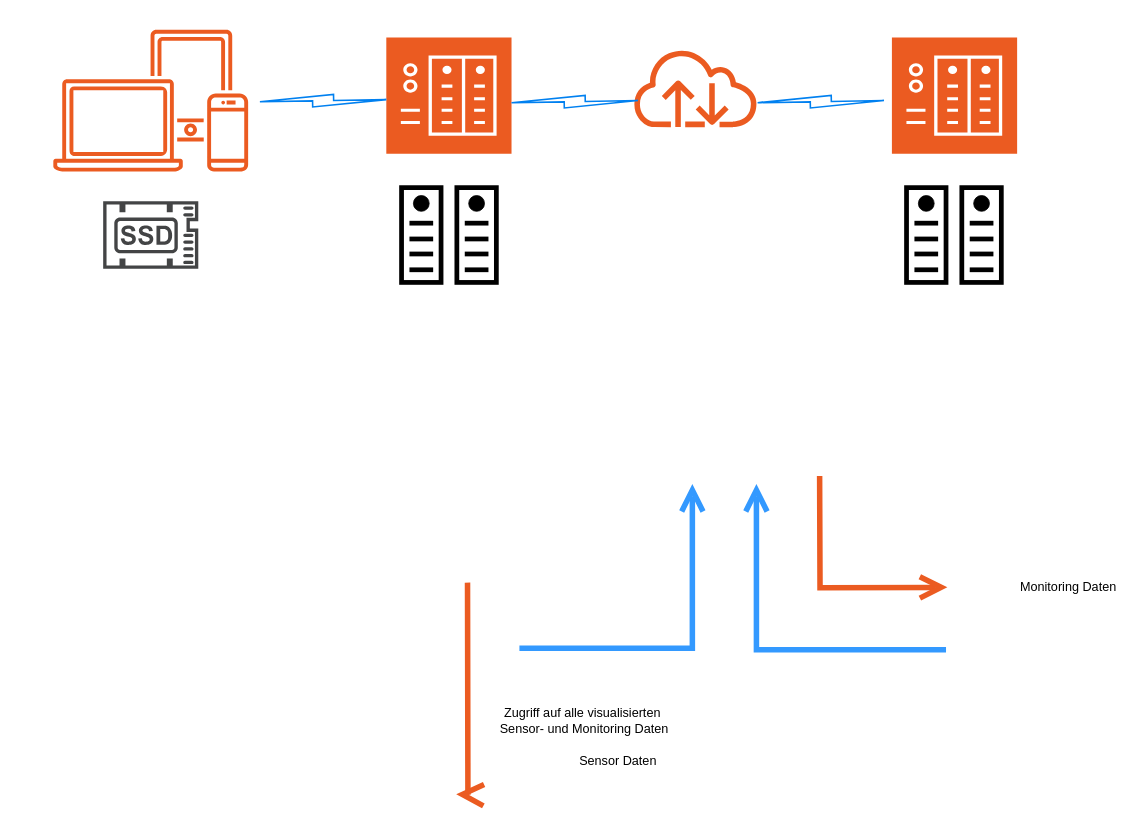
The draw.io diagram SmarterTec Data Management.drawio in noelchiocchetti/SmarterTec, before the edit. Source tidied: cells renumbered, new cells numbered last; positions are measured from the earlier drawing's top-left corner, leaving out a move shared by most shapes. Both pictures are drawn from the tidied source at 79%, with x=0, y=0 at pixel (53, 29).
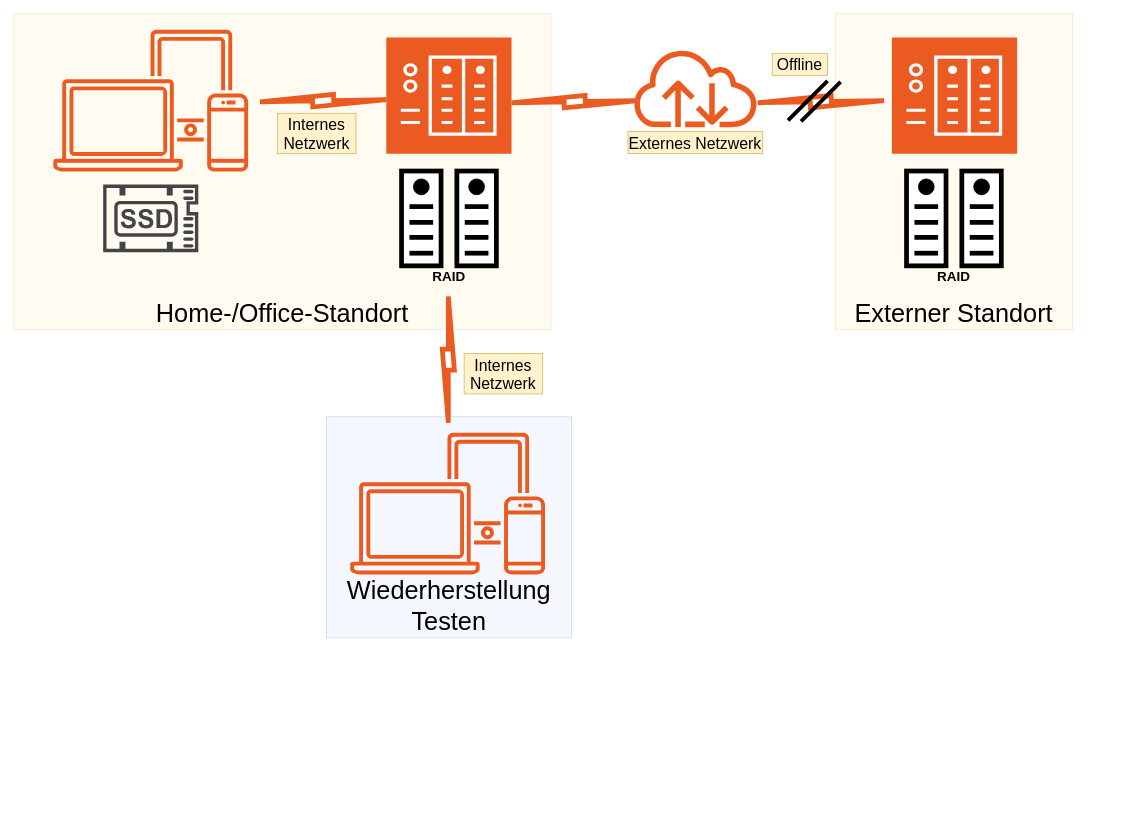
The same diagram, later.

What changed in the source:
```diff
@@
+    <mxCell id="47" value="Wiederherstellung Testen" style="rounded=0;whiteSpace=wrap;html=1;fillColor=#dae8fc;strokeColor=#6c8ebf;fillStyle=auto;opacity=30;verticalAlign=bottom;fontSize=32;" parent="1" vertex="1">
+      <mxGeometry x="345.8" y="490" width="310" height="280" as="geometry" />
+    </mxCell>
+    <mxCell id="48" value="Externer Standort" style="rounded=0;whiteSpace=wrap;html=1;fillColor=#fff2cc;strokeColor=#d6b656;gradientColor=none;fillStyle=auto;opacity=30;verticalAlign=bottom;fontSize=32;" parent="1" vertex="1">
+      <mxGeometry x="990" y="-20" width="300" height="400" as="geometry" />
+    </mxCell>
+    <mxCell id="49" value="Home-/Office-Standort" style="rounded=0;whiteSpace=wrap;html=1;fillColor=#fff2cc;strokeColor=#d6b656;gradientColor=none;fillStyle=auto;opacity=30;verticalAlign=bottom;fontSize=32;" parent="1" vertex="1">
+      <mxGeometry x="-50" y="-20" width="680" height="400" as="geometry" />
+    </mxCell>
@@
-    <mxCell id="3" style="edgeStyle=orthogonalEdgeStyle;html=1;endArrow=none;elbow=vertical;startArrow=open;endFill=0;strokeColor=#EB5B21;rounded=0;strokeWidth=7;endSize=20;startFill=0;startSize=20;entryX=1;entryY=0.465;entryDx=0;entryDy=0;entryPerimeter=0;" parent="1" edge="1">
-      <mxGeometry relative="1" as="geometry">
-        <mxPoint x="510" y="967.9" as="sourcePoint" />
-        <mxPoint x="524.3" y="700" as="targetPoint" />
-      </mxGeometry>
-    </mxCell>
-    <mxCell id="4" style="edgeStyle=orthogonalEdgeStyle;html=1;endArrow=none;elbow=vertical;startArrow=open;endFill=0;strokeColor=#EB5B21;rounded=0;strokeWidth=7;endSize=20;startFill=0;startSize=20;exitX=-0.006;exitY=0.484;exitDx=0;exitDy=0;entryX=1.017;entryY=0.695;entryDx=0;entryDy=0;entryPerimeter=0;exitPerimeter=0;" parent="1" edge="1">
-      <mxGeometry relative="1" as="geometry">
-        <mxPoint x="1131.7" y="706" as="sourcePoint" />
-        <mxPoint x="970" y="565" as="targetPoint" />
-      </mxGeometry>
-    </mxCell>
-    <mxCell id="5" style="edgeStyle=orthogonalEdgeStyle;html=1;endArrow=none;elbow=vertical;startArrow=open;endFill=0;strokeColor=#3399FF;rounded=0;strokeWidth=7;endSize=20;startFill=0;startSize=20;entryX=1;entryY=0.75;entryDx=0;entryDy=0;exitX=0.345;exitY=1.005;exitDx=0;exitDy=0;exitPerimeter=0;" parent="1" edge="1">
-      <mxGeometry relative="1" as="geometry">
-        <mxPoint x="808.9" y="575" as="sourcePoint" />
-        <mxPoint x="590" y="783" as="targetPoint" />
-        <Array as="points">
-          <mxPoint x="809" y="783" />
-        </Array>
-      </mxGeometry>
-    </mxCell>
-    <mxCell id="6" style="edgeStyle=orthogonalEdgeStyle;html=1;endArrow=none;elbow=vertical;startArrow=open;endFill=0;strokeColor=#3399FF;rounded=0;strokeWidth=7;endSize=20;startFill=0;startSize=20;entryX=0;entryY=0.827;entryDx=0;entryDy=0;entryPerimeter=0;" parent="1" edge="1">
-      <mxGeometry relative="1" as="geometry">
-        <mxPoint x="890" y="575" as="sourcePoint" />
-        <mxPoint x="1130" y="785" as="targetPoint" />
-        <Array as="points">
-          <mxPoint x="890" y="785" />
-        </Array>
-      </mxGeometry>
-    </mxCell>
-    <mxCell id="7" value="Monitoring Daten" style="whiteSpace=wrap;html=1;fontSize=16;strokeColor=none;fillColor=none;" parent="1" vertex="1">
-      <mxGeometry x="1220" y="690" width="130" height="30" as="geometry" />
-    </mxCell>
-    <mxCell id="8" value="Sensor Daten" style="whiteSpace=wrap;html=1;fontSize=16;strokeColor=none;fillColor=none;" parent="1" vertex="1">
-      <mxGeometry x="650" y="910" width="130" height="30" as="geometry" />
-    </mxCell>
-    <mxCell id="9" value="Zugriff auf alle visualisierten &amp;nbsp;Sensor- und Monitoring Daten" style="whiteSpace=wrap;html=1;fontSize=16;strokeColor=none;fillColor=none;" parent="1" vertex="1">
-      <mxGeometry x="560" y="860" width="220" height="30" as="geometry" />
-    </mxCell>
@@
     <mxCell id="13" style="sketch=0;shadow=0;dashed=0;html=1;strokeColor=none;fillColor=#434445;labelPosition=center;verticalLabelPosition=bottom;verticalAlign=top;align=center;shape=mxgraph.vvd.ssd;" parent="1" vertex="1">
-      <mxGeometry x="63.1" y="217.2" width="120.4" height="85.5" as="geometry" />
+      <mxGeometry x="63.1" y="196.2" width="120.4" height="85.5" as="geometry" />
     </mxCell>
     <mxCell id="14" style="group;" parent="1" vertex="1">
-      <mxGeometry x="440.8" y="200" width="120" height="120" as="geometry" />
+      <mxGeometry x="440.8" y="179" width="120" height="120" as="geometry" />
     </mxCell>
@@
     <mxCell id="29" style="group;" parent="1" vertex="1">
-      <mxGeometry x="1080" y="200" width="120" height="120" as="geometry" />
+      <mxGeometry x="1080" y="179" width="120" height="120" as="geometry" />
     </mxCell>
@@
-    <mxCell id="44" style="html=1;verticalLabelPosition=bottom;align=center;labelBackgroundColor=#ffffff;verticalAlign=top;strokeWidth=2;strokeColor=#0080F0;shadow=0;dashed=0;shape=mxgraph.ios7.icons.flash;rotation=-181;" parent="1" vertex="1">
+    <mxCell id="44" style="html=1;verticalLabelPosition=bottom;align=center;labelBackgroundColor=#ffffff;verticalAlign=top;strokeWidth=6;strokeColor=#EB5B21;shadow=0;dashed=0;shape=mxgraph.ios7.icons.flash;rotation=-181;" parent="1" vertex="1">
       <mxGeometry x="261.5" y="82.3" width="160" height="15.4" as="geometry" />
     </mxCell>
-    <mxCell id="45" style="html=1;verticalLabelPosition=bottom;align=center;labelBackgroundColor=#ffffff;verticalAlign=top;strokeWidth=2;strokeColor=#0080F0;shadow=0;dashed=0;shape=mxgraph.ios7.icons.flash;rotation=-181;" parent="1" vertex="1">
+    <mxCell id="45" style="html=1;verticalLabelPosition=bottom;align=center;labelBackgroundColor=#ffffff;verticalAlign=top;strokeWidth=6;strokeColor=#EB5B21;shadow=0;dashed=0;shape=mxgraph.ios7.icons.flash;rotation=-181;" parent="1" vertex="1">
       <mxGeometry x="891.5" y="83.5" width="160" height="15.4" as="geometry" />
     </mxCell>
-    <mxCell id="46" style="html=1;verticalLabelPosition=bottom;align=center;labelBackgroundColor=#ffffff;verticalAlign=top;strokeWidth=2;strokeColor=#0080F0;shadow=0;dashed=0;shape=mxgraph.ios7.icons.flash;rotation=-181;" parent="1" vertex="1">
+    <mxCell id="46" style="html=1;verticalLabelPosition=bottom;align=center;labelBackgroundColor=#ffffff;verticalAlign=top;strokeWidth=6;strokeColor=#EB5B21;shadow=0;dashed=0;shape=mxgraph.ios7.icons.flash;rotation=-181;" parent="1" vertex="1">
       <mxGeometry x="580" y="83.5" width="160" height="15.4" as="geometry" />
     </mxCell>
+    <mxCell id="50" value="Internes&lt;div&gt;Netzwerk&lt;/div&gt;" style="whiteSpace=wrap;html=1;fillColor=#fff2cc;strokeColor=#d6b656;fontSize=20;" parent="1" vertex="1">
+      <mxGeometry x="284" y="105.9" width="99.1" height="51.1" as="geometry" />
+    </mxCell>
+    <mxCell id="51" value="Externes Netzwerk" style="whiteSpace=wrap;html=1;fillColor=#fff2cc;strokeColor=#d6b656;fontSize=20;" parent="1" vertex="1">
+      <mxGeometry x="727.4" y="129" width="170.6" height="28" as="geometry" />
+    </mxCell>
+    <mxCell id="52" style="endArrow=none;html=1;rounded=0;strokeWidth=5;" parent="1" edge="1">
+      <mxGeometry relative="1" as="geometry">
+        <mxPoint x="930" y="115" as="sourcePoint" />
+        <mxPoint x="980" y="65" as="targetPoint" />
+      </mxGeometry>
+    </mxCell>
+    <mxCell id="53" style="endArrow=none;html=1;rounded=0;strokeWidth=5;" parent="1" edge="1">
+      <mxGeometry relative="1" as="geometry">
+        <mxPoint x="946.5" y="116.2" as="sourcePoint" />
+        <mxPoint x="996.5" y="66.2" as="targetPoint" />
+      </mxGeometry>
+    </mxCell>
+    <mxCell id="54" value="Offline" style="whiteSpace=wrap;html=1;fillColor=#fff2cc;strokeColor=#d6b656;fontSize=20;" parent="1" vertex="1">
+      <mxGeometry x="910" y="30" width="70" height="28" as="geometry" />
+    </mxCell>
+    <mxCell id="55" style="sketch=0;gradientColor=none;fontColor=#545B64;strokeColor=none;fillColor=#EB5B21;dashed=0;verticalLabelPosition=bottom;verticalAlign=top;align=center;html=1;fontSize=12;fontStyle=0;shape=mxgraph.aws4.illustration_devices;" parent="1" vertex="1">
+      <mxGeometry x="375.8" y="510" width="246.6" height="180" as="geometry" />
+    </mxCell>
+    <mxCell id="56" style="html=1;verticalLabelPosition=bottom;align=center;labelBackgroundColor=#ffffff;verticalAlign=top;strokeWidth=6;strokeColor=#EB5B21;shadow=0;dashed=0;shape=mxgraph.ios7.icons.flash;rotation=90;" parent="1" vertex="1">
+      <mxGeometry x="420" y="410" width="160" height="15.4" as="geometry" />
+    </mxCell>
+    <mxCell id="57" value="Internes&lt;div&gt;Netzwerk&lt;/div&gt;" style="whiteSpace=wrap;html=1;fillColor=#fff2cc;strokeColor=#d6b656;fontSize=20;" parent="1" vertex="1">
+      <mxGeometry x="520" y="410" width="99.1" height="51.1" as="geometry" />
+    </mxCell>
+    <mxCell id="58" value="RAID" style="text;html=1;whiteSpace=wrap;strokeColor=none;fillColor=none;align=center;verticalAlign=middle;rounded=0;fontSize=17;fontStyle=1;" parent="1" vertex="1">
+      <mxGeometry x="470.8" y="299" width="60" height="30" as="geometry" />
+    </mxCell>
+    <mxCell id="59" value="RAID" style="text;html=1;whiteSpace=wrap;strokeColor=none;fillColor=none;align=center;verticalAlign=middle;rounded=0;fontSize=17;fontStyle=1;" parent="1" vertex="1">
+      <mxGeometry x="1110" y="299" width="60" height="30" as="geometry" />
+    </mxCell>
```
